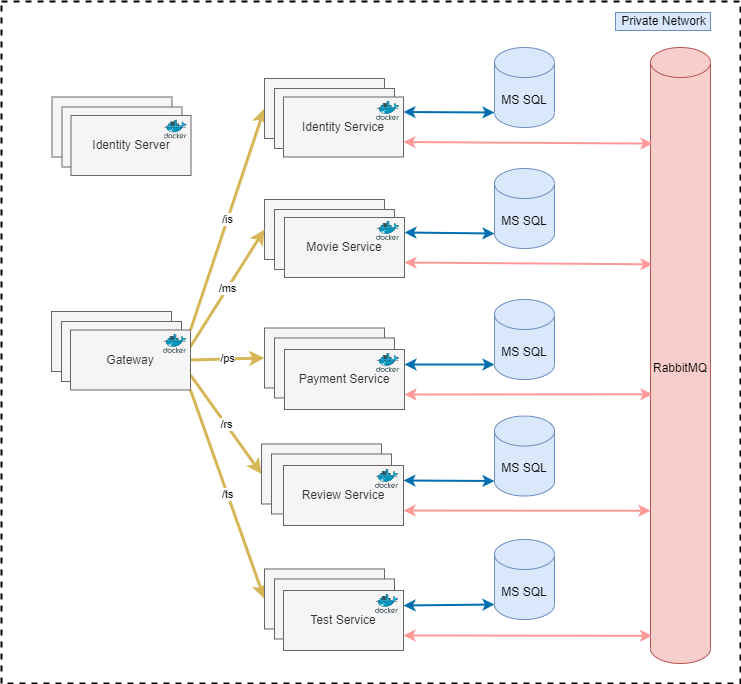
Earlier version of the draw.io export images/diagram.png (roman-bilyak/Microservice.Architecture). Source tidied: cells renumbered, new cells last; positions are measured from the earlier drawing's top-left corner, leaving out a move shared by most shapes.
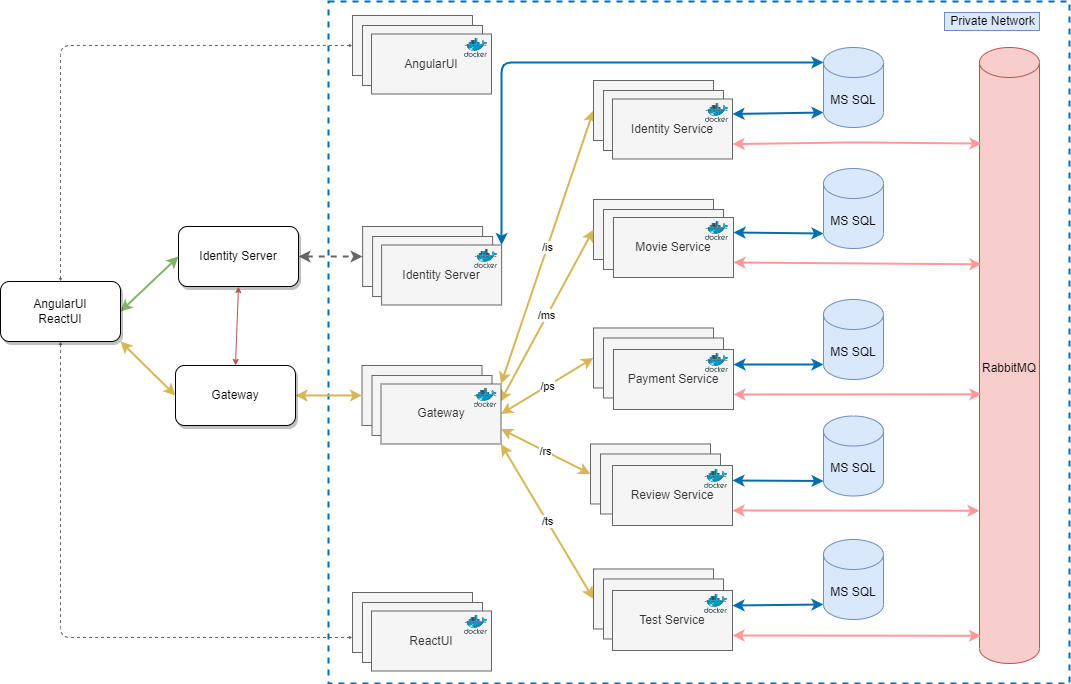
After the commit.

Change to the diagram source:
```diff
@@ -2,8 +2,8 @@
   <root>
     <mxCell id="0" />
     <mxCell id="1" parent="0" />
-    <mxCell id="2" style="rounded=0;whiteSpace=wrap;html=1;fontStyle=1;fillColor=none;strokeWidth=2;dashed=1;" parent="1" vertex="1">
-      <mxGeometry width="739" height="682" as="geometry" />
+    <mxCell id="2" style="rounded=0;whiteSpace=wrap;html=1;fontStyle=1;fillColor=none;strokeWidth=2;dashed=1;strokeColor=#006EAF;" parent="1" vertex="1">
+      <mxGeometry x="-2" width="741" height="682" as="geometry" />
     </mxCell>
     <mxCell id="3" style="group;fillColor=#f5f5f5;strokeColor=#666666;fontColor=#333333;" parent="1" vertex="1">
       <mxGeometry x="283" y="216" width="120" height="60" as="geometry" />
@@ -23,22 +23,22 @@
     <mxCell id="8" style="html=1;align=center;image;fontSize=12;image=img/lib/mscae/Docker.svg;strokeColor=#000000;strokeWidth=0;fillColor=none;" parent="4" vertex="1">
       <mxGeometry x="112" y="22" width="23.1" height="19" as="geometry" />
     </mxCell>
-    <mxCell id="9" value="/is" style="edgeStyle=none;html=1;startArrow=none;startFill=0;endArrow=classic;endFill=1;strokeWidth=3;fillColor=#fff2cc;strokeColor=#d6b656;entryX=0;entryY=0.5;entryDx=0;entryDy=0;exitX=1;exitY=0;exitDx=0;exitDy=0;" parent="1" edge="1" source="58" target="45">
+    <mxCell id="9" value="/is" style="edgeStyle=none;html=1;startArrow=classic;startFill=1;endArrow=classic;endFill=1;strokeWidth=2;fillColor=#fff2cc;strokeColor=#d6b656;entryX=0;entryY=0.5;entryDx=0;entryDy=0;exitX=1;exitY=0;exitDx=0;exitDy=0;" parent="1" edge="1" source="58" target="45">
       <mxGeometry relative="1" as="geometry" />
     </mxCell>
-    <mxCell id="10" value="/rs" style="edgeStyle=none;html=1;entryX=0;entryY=0.5;entryDx=0;entryDy=0;startArrow=none;startFill=0;endArrow=classic;endFill=1;strokeWidth=3;fillColor=#fff2cc;strokeColor=#d6b656;exitX=1;exitY=0.75;exitDx=0;exitDy=0;" parent="1" edge="1" source="58" target="39">
+    <mxCell id="10" value="/rs" style="edgeStyle=none;html=1;entryX=0;entryY=0.5;entryDx=0;entryDy=0;startArrow=classic;startFill=1;endArrow=classic;endFill=1;strokeWidth=2;fillColor=#fff2cc;strokeColor=#d6b656;exitX=1;exitY=0.75;exitDx=0;exitDy=0;" parent="1" edge="1" source="58" target="39">
       <mxGeometry relative="1" as="geometry" />
     </mxCell>
     <mxCell id="11" value="Private Network" style="text;html=1;align=center;verticalAlign=middle;strokeColor=#6c8ebf;fillColor=#dae8fc;" parent="1" vertex="1">
       <mxGeometry x="614" y="11" width="95" height="18" as="geometry" />
     </mxCell>
-    <mxCell id="12" value="/ms" style="edgeStyle=none;html=1;entryX=0;entryY=0.5;entryDx=0;entryDy=0;startArrow=none;startFill=0;endArrow=classic;endFill=1;strokeWidth=3;fillColor=#fff2cc;strokeColor=#d6b656;exitX=0.993;exitY=0.298;exitDx=0;exitDy=0;exitPerimeter=0;" parent="1" edge="1" source="58" target="5">
+    <mxCell id="12" value="/ms" style="edgeStyle=none;html=1;entryX=0;entryY=0.5;entryDx=0;entryDy=0;startArrow=classic;startFill=1;endArrow=classic;endFill=1;strokeWidth=2;fillColor=#fff2cc;strokeColor=#d6b656;exitX=0.993;exitY=0.298;exitDx=0;exitDy=0;exitPerimeter=0;" parent="1" edge="1" source="58" target="5">
       <mxGeometry relative="1" as="geometry" />
     </mxCell>
-    <mxCell id="13" value="/ps" style="edgeStyle=none;html=1;entryX=0;entryY=0.5;entryDx=0;entryDy=0;startArrow=none;startFill=0;endArrow=classic;endFill=1;strokeWidth=3;fillColor=#fff2cc;strokeColor=#d6b656;exitX=1;exitY=0.5;exitDx=0;exitDy=0;" parent="1" edge="1" source="58" target="33">
+    <mxCell id="13" value="/ps" style="edgeStyle=none;html=1;entryX=0;entryY=0.5;entryDx=0;entryDy=0;startArrow=classic;startFill=1;endArrow=classic;endFill=1;strokeWidth=2;fillColor=#fff2cc;strokeColor=#d6b656;exitX=1;exitY=0.5;exitDx=0;exitDy=0;" parent="1" edge="1" source="58" target="33">
       <mxGeometry relative="1" as="geometry" />
     </mxCell>
-    <mxCell id="14" value="/ts" style="edgeStyle=none;html=1;startArrow=none;startFill=0;endArrow=classic;endFill=1;strokeWidth=3;fillColor=#fff2cc;strokeColor=#d6b656;entryX=0;entryY=0.5;entryDx=0;entryDy=0;exitX=1;exitY=1;exitDx=0;exitDy=0;" parent="1" edge="1" source="58" target="50">
+    <mxCell id="14" value="/ts" style="edgeStyle=none;html=1;startArrow=classic;startFill=1;endArrow=classic;endFill=1;strokeWidth=2;fillColor=#fff2cc;strokeColor=#d6b656;entryX=0;entryY=0.5;entryDx=0;entryDy=0;exitX=1;exitY=1;exitDx=0;exitDy=0;" parent="1" edge="1" source="58" target="50">
       <mxGeometry relative="1" as="geometry" />
     </mxCell>
     <mxCell id="15" style="edgeStyle=none;html=1;startArrow=classic;startFill=1;fillColor=#1ba1e2;strokeColor=#006EAF;strokeWidth=2;exitX=0;exitY=1;exitDx=0;exitDy=-15;exitPerimeter=0;entryX=1;entryY=0.25;entryDx=0;entryDy=0;endSize=6;startSize=6;" parent="1" edge="1" source="26" target="47">
@@ -72,7 +72,11 @@
       <mxGeometry x="649" y="46" width="60" height="616" as="geometry" />
     </mxCell>
     <mxCell id="25" style="edgeStyle=none;html=1;startArrow=classic;startFill=1;fillColor=#1ba1e2;strokeColor=#FF9999;strokeWidth=2;entryX=1;entryY=0.75;entryDx=0;entryDy=0;exitX=0.033;exitY=0.156;exitDx=0;exitDy=0;exitPerimeter=0;endSize=6;startSize=6;" parent="1" edge="1" source="24" target="47">
-      <mxGeometry relative="1" as="geometry" />
+      <mxGeometry relative="1" as="geometry">
+        <Array as="points">
+          <mxPoint x="525" y="141" />
+        </Array>
+      </mxGeometry>
     </mxCell>
     <mxCell id="26" value="MS SQL" style="shape=cylinder3;whiteSpace=wrap;html=1;boundedLbl=1;backgroundOutline=1;size=15;fillColor=#dae8fc;strokeColor=#6c8ebf;" parent="1" vertex="1">
       <mxGeometry x="493" y="46" width="60" height="80" as="geometry" />
@@ -126,7 +130,7 @@
       <mxGeometry x="114" y="25.5" width="23.1" height="19" as="geometry" />
     </mxCell>
     <mxCell id="43" style="group;" parent="1" vertex="1">
-      <mxGeometry x="263" y="77" width="139" height="78.5" as="geometry" />
+      <mxGeometry x="263" y="79" width="139" height="78.5" as="geometry" />
     </mxCell>
     <mxCell id="44" style="group;" parent="43" vertex="1">
       <mxGeometry width="139" height="78.5" as="geometry" />
@@ -159,11 +163,14 @@
       <mxGeometry x="111" y="25.5" width="23.1" height="19" as="geometry" />
     </mxCell>
     <mxCell id="54" style="group;" parent="1" vertex="1">
-      <mxGeometry x="50" y="310" width="139" height="78.5" as="geometry" />
+      <mxGeometry x="31.5" y="364" width="139" height="78.5" as="geometry" />
     </mxCell>
     <mxCell id="55" style="group;" parent="54" vertex="1">
       <mxGeometry width="139" height="78.5" as="geometry" />
     </mxCell>
+    <mxCell id="66" style="edgeStyle=none;rounded=1;jettySize=auto;html=1;exitX=0.75;exitY=0;exitDx=0;exitDy=0;entryX=0.5;entryY=0;entryDx=0;entryDy=0;dashed=1;strokeColor=#82B366;strokeWidth=1;startArrow=classic;startFill=1;endArrow=classic;endFill=1;startSize=2;endSize=2;sourcePerimeterSpacing=0;targetPerimeterSpacing=0;" parent="55" edge="1" source="56" target="58">
+      <mxGeometry relative="1" as="geometry" />
+    </mxCell>
     <mxCell id="56" style="rounded=0;whiteSpace=wrap;html=1;fillColor=#f5f5f5;fontColor=#333333;strokeColor=#666666;" parent="55" vertex="1">
       <mxGeometry width="120" height="60" as="geometry" />
     </mxCell>
@@ -177,7 +184,7 @@
       <mxGeometry x="112" y="23" width="23.1" height="19" as="geometry" />
     </mxCell>
     <mxCell id="60" style="group;" parent="1" vertex="1">
-      <mxGeometry x="50.5" y="95.5" width="139" height="78.5" as="geometry" />
+      <mxGeometry x="32.1" y="225" width="139" height="78.5" as="geometry" />
     </mxCell>
     <mxCell id="61" style="group;" parent="60" vertex="1">
       <mxGeometry width="139" height="78.5" as="geometry" />
@@ -194,5 +201,74 @@
     <mxCell id="65" style="html=1;align=center;image;fontSize=12;image=img/lib/mscae/Docker.svg;strokeColor=#000000;strokeWidth=0;fillColor=none;" parent="61" vertex="1">
       <mxGeometry x="112" y="23" width="23.1" height="19" as="geometry" />
     </mxCell>
+    <mxCell id="67" style="group;" parent="1" vertex="1">
+      <mxGeometry x="22" y="14" width="139" height="78.5" as="geometry" />
+    </mxCell>
+    <mxCell id="68" style="group;" parent="67" vertex="1">
+      <mxGeometry width="139" height="78.5" as="geometry" />
+    </mxCell>
+    <mxCell id="69" style="rounded=0;whiteSpace=wrap;html=1;fillColor=#f5f5f5;fontColor=#333333;strokeColor=#666666;" parent="68" vertex="1">
+      <mxGeometry width="120" height="60" as="geometry" />
+    </mxCell>
+    <mxCell id="70" style="rounded=0;whiteSpace=wrap;html=1;fillColor=#f5f5f5;fontColor=#333333;strokeColor=#666666;" parent="68" vertex="1">
+      <mxGeometry x="10" y="10" width="120" height="60" as="geometry" />
+    </mxCell>
+    <mxCell id="71" value="AngularUI" style="rounded=0;whiteSpace=wrap;html=1;fillColor=#f5f5f5;fontColor=#333333;strokeColor=#666666;" parent="68" vertex="1">
+      <mxGeometry x="19" y="18.5" width="120" height="60" as="geometry" />
+    </mxCell>
+    <mxCell id="72" style="html=1;align=center;image;fontSize=12;image=img/lib/mscae/Docker.svg;strokeColor=#000000;strokeWidth=0;fillColor=none;" parent="68" vertex="1">
+      <mxGeometry x="112" y="23" width="23.1" height="19" as="geometry" />
+    </mxCell>
+    <mxCell id="73" style="group;" parent="1" vertex="1">
+      <mxGeometry x="22" y="591" width="139" height="78.5" as="geometry" />
+    </mxCell>
+    <mxCell id="74" style="group;" parent="73" vertex="1">
+      <mxGeometry width="139" height="78.5" as="geometry" />
+    </mxCell>
+    <mxCell id="75" style="rounded=0;whiteSpace=wrap;html=1;fillColor=#f5f5f5;fontColor=#333333;strokeColor=#666666;" parent="74" vertex="1">
+      <mxGeometry width="120" height="60" as="geometry" />
+    </mxCell>
+    <mxCell id="76" style="rounded=0;whiteSpace=wrap;html=1;fillColor=#f5f5f5;fontColor=#333333;strokeColor=#666666;" parent="74" vertex="1">
+      <mxGeometry x="10" y="10" width="120" height="60" as="geometry" />
+    </mxCell>
+    <mxCell id="77" value="ReactUI" style="rounded=0;whiteSpace=wrap;html=1;fillColor=#f5f5f5;fontColor=#333333;strokeColor=#666666;" parent="74" vertex="1">
+      <mxGeometry x="19" y="18.5" width="120" height="60" as="geometry" />
+    </mxCell>
+    <mxCell id="78" style="html=1;align=center;image;fontSize=12;image=img/lib/mscae/Docker.svg;strokeColor=#000000;strokeWidth=0;fillColor=none;" parent="74" vertex="1">
+      <mxGeometry x="112" y="23" width="23.1" height="19" as="geometry" />
+    </mxCell>
+    <mxCell id="79" value="Identity Server" style="rounded=1;whiteSpace=wrap;html=1;glass=0;shadow=1;" parent="1" vertex="1">
+      <mxGeometry x="-152" y="225" width="120" height="60" as="geometry" />
+    </mxCell>
+    <mxCell id="80" style="endArrow=classic;html=1;rounded=0;strokeColor=#666666;strokeWidth=2;startSize=6;endSize=6;exitX=1;exitY=0.5;exitDx=0;exitDy=0;entryX=0;entryY=0.5;entryDx=0;entryDy=0;fillColor=#f5f5f5;startArrow=classic;startFill=1;dashed=1;" parent="1" edge="1" source="79" target="62">
+      <mxGeometry relative="1" as="geometry" />
+    </mxCell>
+    <mxCell id="81" style="edgeStyle=orthogonalEdgeStyle;rounded=1;jettySize=auto;html=1;exitX=1;exitY=0;exitDx=0;exitDy=0;entryX=0;entryY=0;entryDx=0;entryDy=15;entryPerimeter=0;strokeColor=#006EAF;strokeWidth=2;startSize=6;endSize=6;sourcePerimeterSpacing=0;targetPerimeterSpacing=0;startArrow=classic;startFill=1;" parent="1" edge="1" source="64" target="26">
+      <mxGeometry relative="1" as="geometry" />
+    </mxCell>
+    <mxCell id="82" style="edgeStyle=none;rounded=1;jettySize=auto;html=1;exitX=1;exitY=0.5;exitDx=0;exitDy=0;entryX=0;entryY=0.5;entryDx=0;entryDy=0;strokeColor=#D6B656;strokeWidth=2;startArrow=classic;startFill=1;startSize=6;endSize=6;sourcePerimeterSpacing=0;targetPerimeterSpacing=0;endArrow=classic;endFill=1;" parent="1" edge="1" source="84" target="56">
+      <mxGeometry relative="1" as="geometry" />
+    </mxCell>
+    <mxCell id="83" style="edgeStyle=none;rounded=1;jettySize=auto;html=1;exitX=0.5;exitY=0;exitDx=0;exitDy=0;entryX=0.5;entryY=1;entryDx=0;entryDy=0;strokeColor=#b85450;strokeWidth=1;startArrow=classic;startFill=1;endArrow=classic;endFill=1;startSize=4;endSize=4;sourcePerimeterSpacing=0;targetPerimeterSpacing=0;fillColor=#f8cecc;" parent="1" edge="1" source="84" target="79">
+      <mxGeometry relative="1" as="geometry" />
+    </mxCell>
+    <mxCell id="84" value="Gateway" style="rounded=1;whiteSpace=wrap;html=1;shadow=1;" parent="1" vertex="1">
+      <mxGeometry x="-155" y="364" width="120" height="60" as="geometry" />
+    </mxCell>
+    <mxCell id="85" style="edgeStyle=none;rounded=1;jettySize=auto;html=1;strokeColor=#82B366;strokeWidth=2;startArrow=classic;startFill=1;endArrow=classic;endFill=1;startSize=6;endSize=6;sourcePerimeterSpacing=0;targetPerimeterSpacing=0;entryX=0;entryY=0.5;entryDx=0;entryDy=0;exitX=1;exitY=0.5;exitDx=0;exitDy=0;" parent="1" edge="1" source="88" target="79">
+      <mxGeometry relative="1" as="geometry" />
+    </mxCell>
+    <mxCell id="86" style="edgeStyle=none;rounded=1;jettySize=auto;html=1;exitX=1;exitY=1;exitDx=0;exitDy=0;entryX=0;entryY=0.5;entryDx=0;entryDy=0;strokeColor=#d6b656;strokeWidth=2;startArrow=classic;startFill=1;endArrow=classic;endFill=1;startSize=6;endSize=6;sourcePerimeterSpacing=0;targetPerimeterSpacing=0;fillColor=#fff2cc;" parent="1" edge="1" source="88" target="84">
+      <mxGeometry relative="1" as="geometry" />
+    </mxCell>
+    <mxCell id="87" style="edgeStyle=orthogonalEdgeStyle;rounded=1;jettySize=auto;html=1;exitX=0.5;exitY=1;exitDx=0;exitDy=0;entryX=0;entryY=0.75;entryDx=0;entryDy=0;dashed=1;strokeColor=#666666;strokeWidth=1;startArrow=classic;startFill=1;endArrow=classic;endFill=1;startSize=1;endSize=1;sourcePerimeterSpacing=0;targetPerimeterSpacing=0;fillColor=#f5f5f5;" parent="1" edge="1" source="88" target="75">
+      <mxGeometry relative="1" as="geometry" />
+    </mxCell>
+    <mxCell id="88" value="AngularUI&lt;br&gt;ReactUI" style="rounded=1;whiteSpace=wrap;html=1;shadow=1;" parent="1" vertex="1">
+      <mxGeometry x="-330" y="280" width="120" height="60" as="geometry" />
+    </mxCell>
+    <mxCell id="89" style="edgeStyle=orthogonalEdgeStyle;rounded=1;jettySize=auto;html=1;exitX=0;exitY=0.5;exitDx=0;exitDy=0;entryX=0.5;entryY=0;entryDx=0;entryDy=0;strokeColor=#666666;strokeWidth=1;startArrow=classic;startFill=1;endArrow=classic;endFill=1;startSize=1;endSize=1;sourcePerimeterSpacing=0;targetPerimeterSpacing=0;dashed=1;fillColor=#f5f5f5;" parent="1" edge="1" source="69" target="88">
+      <mxGeometry relative="1" as="geometry" />
+    </mxCell>
   </root>
 </mxGraphModel>
```
